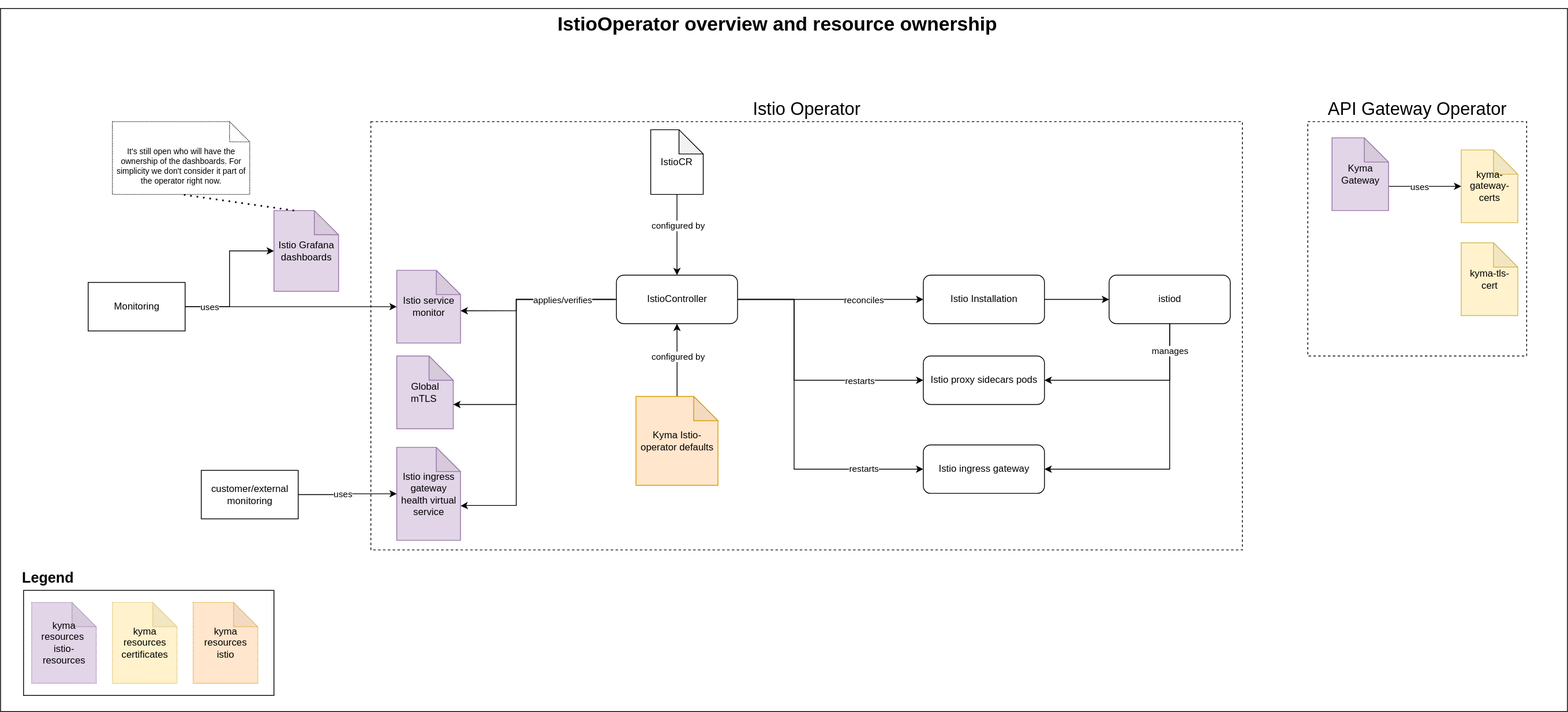
This is docs/istio-operator-overview.svg from kyma-project/istio, a draw.io export, as it was before one commit. Source tidied: cells renumbered, new cells last; positions are measured from the earlier drawing's top-left corner, leaving out a move shared by most shapes.
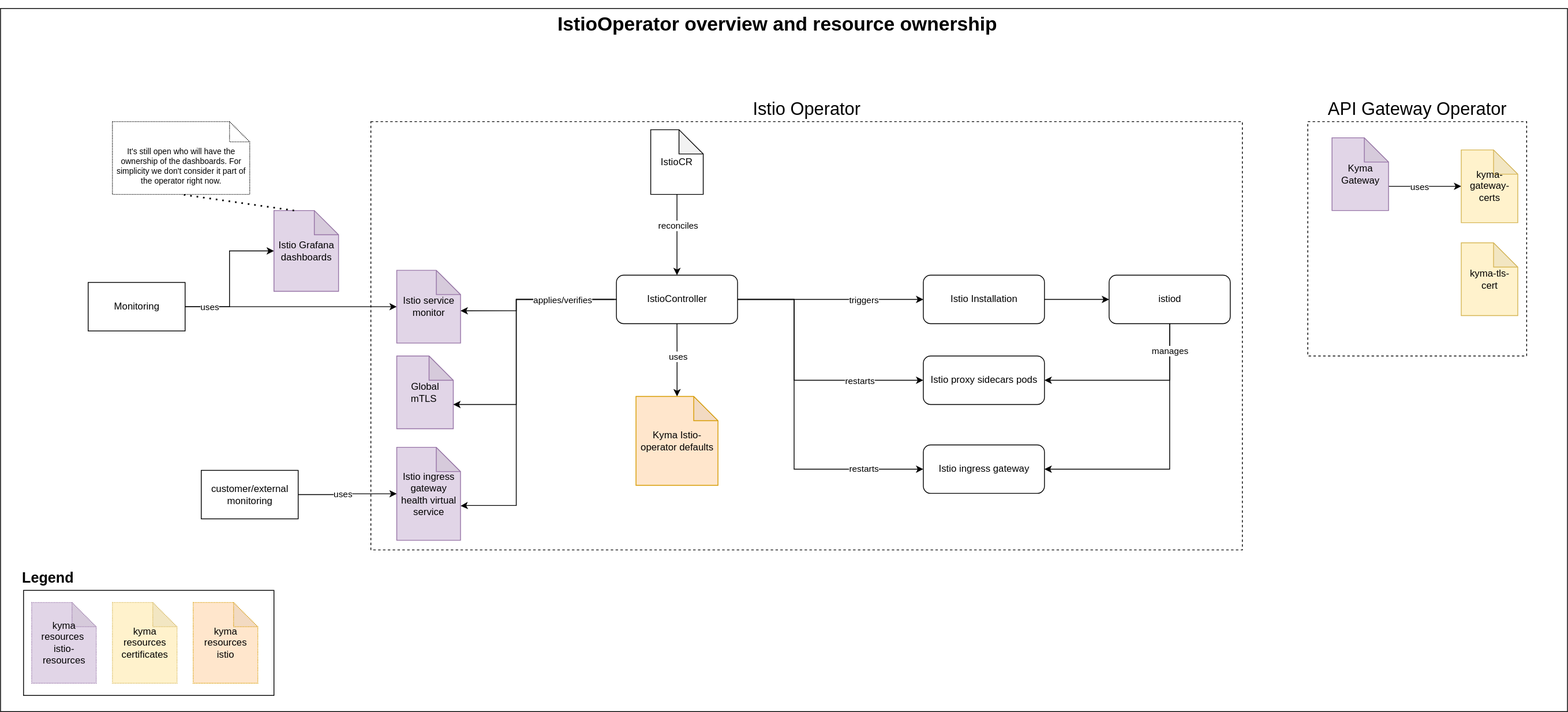
The same diagram one commit later.

Commit message:
Update names in operator overview diagram

The edit, as a diff of the source:
```diff
@@ -65,7 +65,7 @@
     <mxCell id="17" style="edgeStyle=orthogonalEdgeStyle;rounded=0;jettySize=auto;html=1;entryX=0.5;entryY=0;entryDx=0;entryDy=0;" parent="1" edge="1" source="19" target="16">
       <mxGeometry relative="1" as="geometry" />
     </mxCell>
-    <mxCell id="18" value="configured by" style="edgeLabel;html=1;align=center;verticalAlign=middle;" parent="17" vertex="1">
+    <mxCell id="18" value="reconciles" style="edgeLabel;html=1;align=center;verticalAlign=middle;" parent="17" vertex="1">
       <mxGeometry x="-0.24" y="1" relative="1" as="geometry" />
     </mxCell>
     <mxCell id="19" value="IstioCR" style="shape=note;whiteSpace=wrap;html=1;backgroundOutline=1;darkOpacity=0.05;" parent="1" vertex="1">
@@ -77,7 +77,7 @@
     <mxCell id="21" style="edgeStyle=orthogonalEdgeStyle;rounded=0;jettySize=auto;html=1;entryX=0;entryY=0.5;entryDx=0;entryDy=0;" parent="1" edge="1" source="16" target="20">
       <mxGeometry relative="1" as="geometry" />
     </mxCell>
-    <mxCell id="22" value="reconciles" style="edgeLabel;html=1;align=center;verticalAlign=middle;" parent="21" vertex="1">
+    <mxCell id="22" value="triggers" style="edgeLabel;html=1;align=center;verticalAlign=middle;" parent="21" vertex="1">
       <mxGeometry x="-0.06" y="3" relative="1" as="geometry">
         <mxPoint x="48" y="3" as="offset" />
       </mxGeometry>
@@ -161,10 +161,10 @@
         <mxPoint x="-28" y="2" as="offset" />
       </mxGeometry>
     </mxCell>
-    <mxCell id="41" style="edgeStyle=orthogonalEdgeStyle;rounded=0;jettySize=auto;html=1;entryX=0.5;entryY=1;entryDx=0;entryDy=0;" parent="1" edge="1" source="43" target="16">
+    <mxCell id="41" style="edgeStyle=orthogonalEdgeStyle;rounded=0;jettySize=auto;html=1;entryX=0.5;entryY=1;entryDx=0;entryDy=0;startArrow=classic;startFill=1;endArrow=none;endFill=0;" parent="1" edge="1" source="43" target="16">
       <mxGeometry relative="1" as="geometry" />
     </mxCell>
-    <mxCell id="42" value="configured by" style="edgeLabel;html=1;align=center;verticalAlign=middle;" parent="41" vertex="1">
+    <mxCell id="42" value="uses" style="edgeLabel;html=1;align=center;verticalAlign=middle;" parent="41" vertex="1">
       <mxGeometry x="0.12" y="-1" relative="1" as="geometry" />
     </mxCell>
     <mxCell id="43" value="Kyma Istio-operator defaults" style="shape=note;whiteSpace=wrap;html=1;backgroundOutline=1;darkOpacity=0.05;fillColor=#ffe6cc;strokeColor=#d79b00;" parent="1" vertex="1">
```
